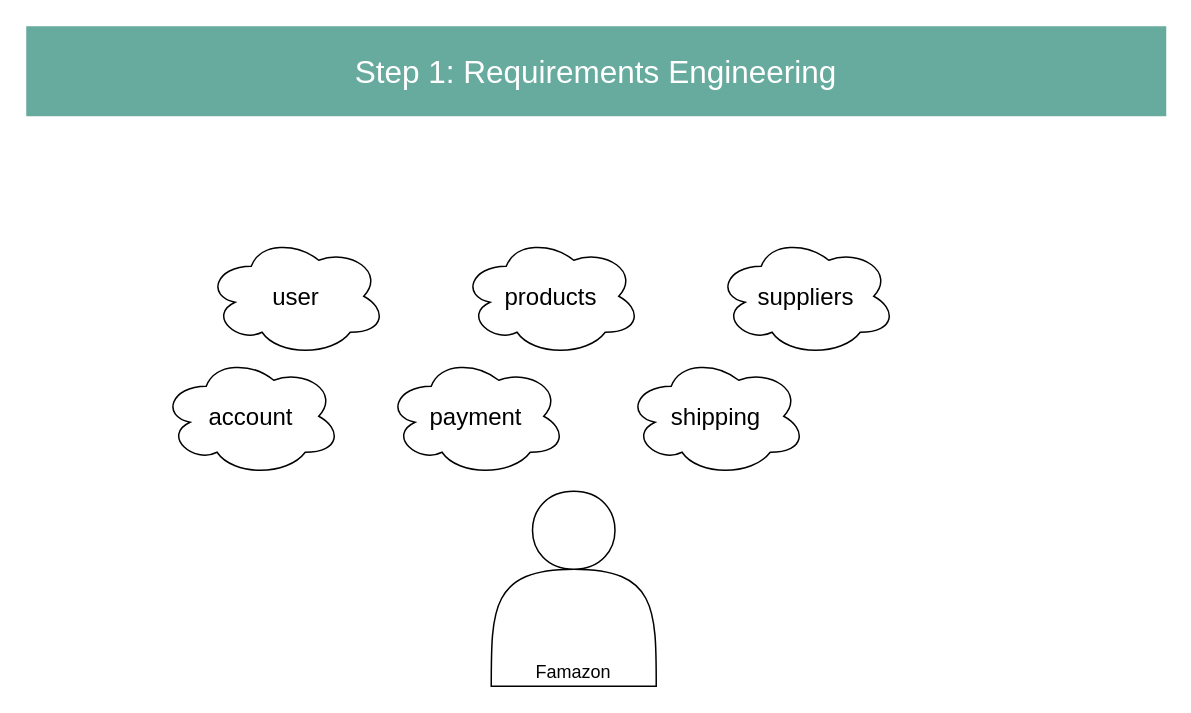
Earlier version of the draw.io diagram diagrammes/CR_9_cloud_diagramme.drawio (nat-oku/FE21-CR9-Natalia). Source tidied: cells renumbered, new cells numbered last; positions are measured from the earlier drawing's top-left corner, leaving out a move shared by most shapes. Both pictures are drawn from the tidied source at 150%, with x=0, y=0 at pixel (26, 26).
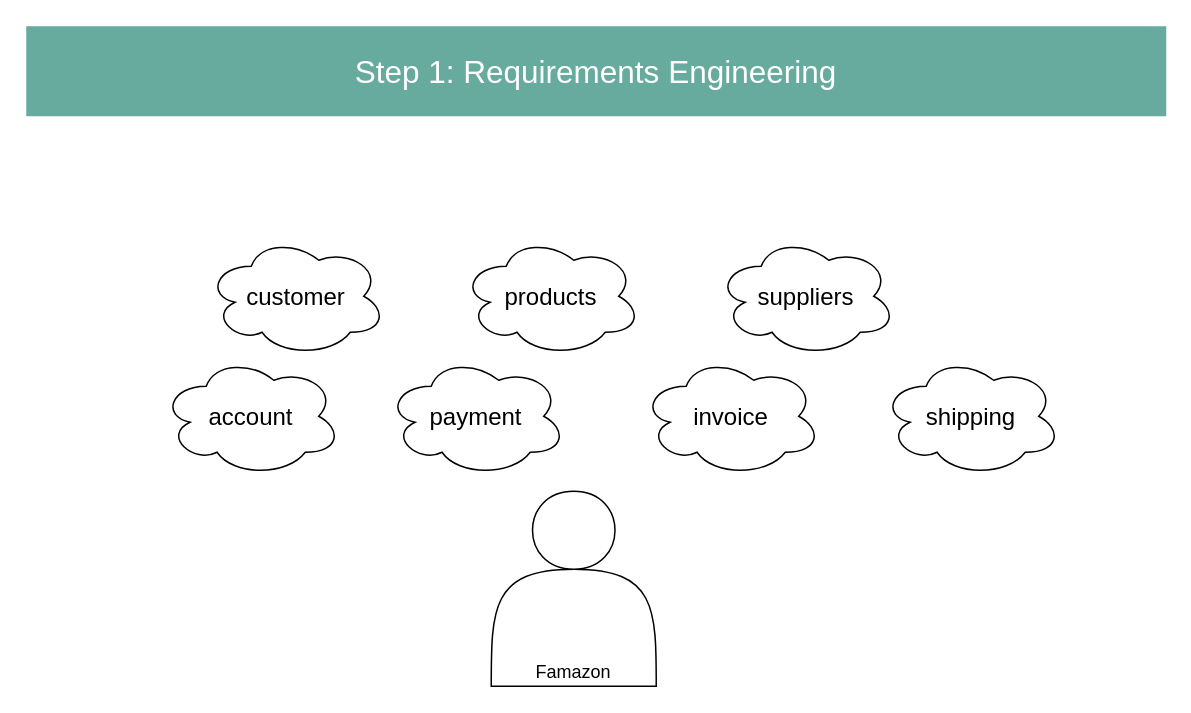
After the change.

Change to the diagram source:
```diff
@@
 <mxGraphModel>
   <root>
     <mxCell id="0" />
     <mxCell id="1" parent="0" />
     <mxCell id="2" value="Famazon" style="shape=actor;whiteSpace=wrap;html=1;verticalAlign=bottom;" parent="1" vertex="1">
       <mxGeometry x="310" y="310" width="110" height="130" as="geometry" />
     </mxCell>
-    <mxCell id="3" value="user" style="ellipse;shape=cloud;whiteSpace=wrap;html=1;fontSize=16;" parent="1" vertex="1">
+    <mxCell id="3" value="customer" style="ellipse;shape=cloud;whiteSpace=wrap;html=1;fontSize=16;" parent="1" vertex="1">
       <mxGeometry x="120" y="140" width="120" height="80" as="geometry" />
     </mxCell>
     <mxCell id="4" value="products" style="ellipse;shape=cloud;whiteSpace=wrap;html=1;fontSize=16;" parent="1" vertex="1">
       <mxGeometry x="290" y="140" width="120" height="80" as="geometry" />
     </mxCell>
     <mxCell id="5" value="suppliers" style="ellipse;shape=cloud;whiteSpace=wrap;html=1;fontSize=16;" parent="1" vertex="1">
       <mxGeometry x="460" y="140" width="120" height="80" as="geometry" />
     </mxCell>
     <mxCell id="6" style="rounded=0;whiteSpace=wrap;html=1;labelBackgroundColor=#009999;labelBorderColor=#000000;strokeColor=none;fillColor=#67AB9F;" parent="1" vertex="1">
       <mxGeometry width="760" height="60" as="geometry" />
     </mxCell>
     <mxCell id="7" value="&lt;font style=&quot;font-size: 21px&quot;&gt;Step 1: Requirements&amp;nbsp;&lt;/font&gt;&lt;span style=&quot;font-size: 21px&quot;&gt;Engineering&lt;/span&gt;" style="text;html=1;strokeColor=none;fillColor=none;align=center;verticalAlign=middle;whiteSpace=wrap;rounded=0;labelBackgroundColor=none;fontColor=#FFFFFF;" parent="1" vertex="1">
       <mxGeometry x="20" y="20" width="720" height="20" as="geometry" />
     </mxCell>
     <mxCell id="8" value="shipping" style="ellipse;shape=cloud;whiteSpace=wrap;html=1;fontSize=16;" parent="1" vertex="1">
-      <mxGeometry x="400" y="220" width="120" height="80" as="geometry" />
+      <mxGeometry x="570" y="220" width="120" height="80" as="geometry" />
     </mxCell>
     <mxCell id="9" value="account" style="ellipse;shape=cloud;whiteSpace=wrap;html=1;fontSize=16;" parent="1" vertex="1">
       <mxGeometry x="90" y="220" width="120" height="80" as="geometry" />
     </mxCell>
     <mxCell id="10" value="payment" style="ellipse;shape=cloud;whiteSpace=wrap;html=1;fontSize=16;" parent="1" vertex="1">
       <mxGeometry x="240" y="220" width="120" height="80" as="geometry" />
     </mxCell>
+    <mxCell id="11" value="invoice" style="ellipse;shape=cloud;whiteSpace=wrap;html=1;fontSize=16;" parent="1" vertex="1">
+      <mxGeometry x="410" y="220" width="120" height="80" as="geometry" />
+    </mxCell>
   </root>
 </mxGraphModel>
```
